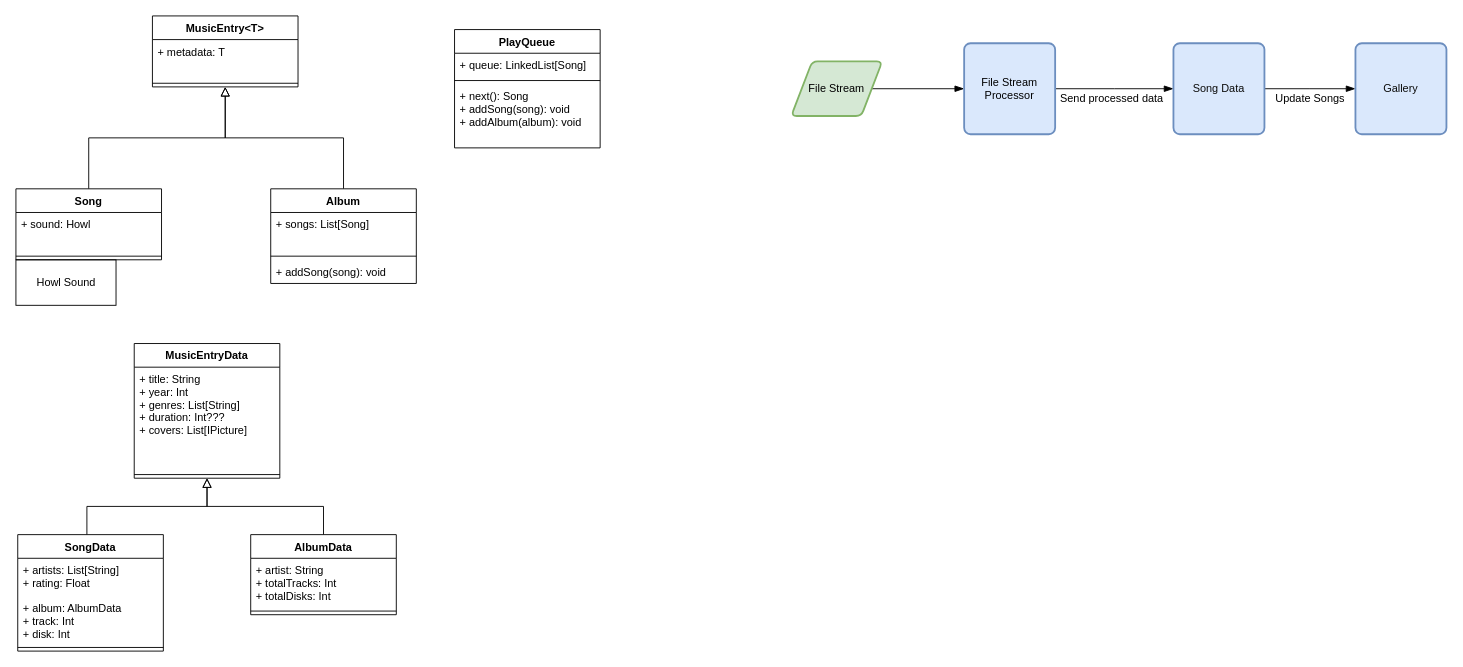
Above: design/music-data-model.drawio in elatoskinas/music-desktop-app (draw.io), before the change. Source tidied: cells renumbered, new cells numbered last; positions are measured from the earlier drawing's top-left corner, leaving out a move shared by most shapes. Both pictures are drawn from the tidied source at 91%, with x=0, y=0 at pixel (15, 15).
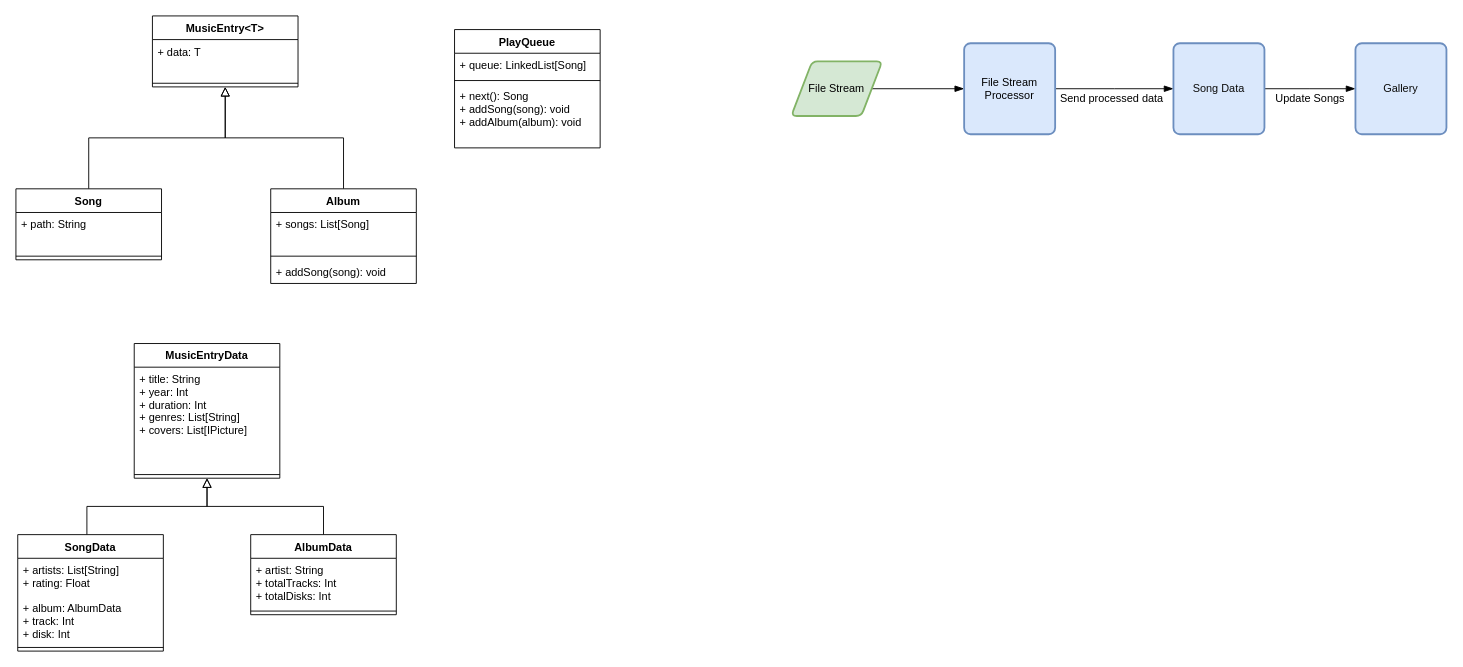
After the change.

Commit message (it also covers changes not shown here):
Update music data model & add method for Album to add song

The change refers to these unchanged cells:
```xml
<mxCell id="7" value="MusicEntry&lt;T&gt;" style="swimlane;fontStyle=1;align=center;verticalAlign=top;horizontal=1;startSize=26;" parent="1" vertex="1">
  <mxGeometry x="150" width="160" height="78" as="geometry" />
</mxCell>
<mxCell id="10" value="Song" style="swimlane;fontStyle=1;align=center;verticalAlign=top;horizontal=1;startSize=26;" parent="1" vertex="1">
  <mxGeometry y="190" width="160" height="78" as="geometry" />
</mxCell>
<mxCell id="17" value="MusicEntryData" style="swimlane;fontStyle=1;align=center;verticalAlign=top;horizontal=1;startSize=26;" parent="1" vertex="1">
  <mxGeometry x="130" y="360" width="160" height="148" as="geometry" />
</mxCell>
```

Diff of the diagram source:
```diff
@@
-    <mxCell id="2" value="Howl Sound" style="html=1;" parent="1" vertex="1">
-      <mxGeometry y="268" width="110" height="50" as="geometry" />
-    </mxCell>
@@
-    <mxCell id="8" value="+ metadata: T" style="text;strokeColor=none;fillColor=none;align=left;verticalAlign=top;spacingLeft=4;spacingRight=4;overflow=hidden;" parent="7" vertex="1">
+    <mxCell id="8" value="+ data: T" style="text;strokeColor=none;fillColor=none;align=left;verticalAlign=top;spacingLeft=4;spacingRight=4;overflow=hidden;" parent="7" vertex="1">
       <mxGeometry y="26" width="160" height="44" as="geometry" />
     </mxCell>
@@
-    <mxCell id="11" value="+ sound: Howl" style="text;strokeColor=none;fillColor=none;align=left;verticalAlign=top;spacingLeft=4;spacingRight=4;overflow=hidden;" parent="10" vertex="1">
+    <mxCell id="11" value="+ path: String" style="text;strokeColor=none;fillColor=none;align=left;verticalAlign=top;spacingLeft=4;spacingRight=4;overflow=hidden;" parent="10" vertex="1">
       <mxGeometry y="26" width="160" height="44" as="geometry" />
     </mxCell>
@@
-    <mxCell id="18" value="+ title: String&#10;+ year: Int&#10;+ genres: List[String]&#10;+ duration: Int???&#10;+ covers: List[IPicture]" style="text;strokeColor=none;fillColor=none;align=left;verticalAlign=top;spacingLeft=4;spacingRight=4;overflow=hidden;" parent="17" vertex="1">
+    <mxCell id="18" value="+ title: String&#10;+ year: Int&#10;+ duration: Int&#10;+ genres: List[String]&#10;+ covers: List[IPicture]" style="text;strokeColor=none;fillColor=none;align=left;verticalAlign=top;spacingLeft=4;spacingRight=4;overflow=hidden;" parent="17" vertex="1">
       <mxGeometry y="26" width="160" height="114" as="geometry" />
     </mxCell>
```
